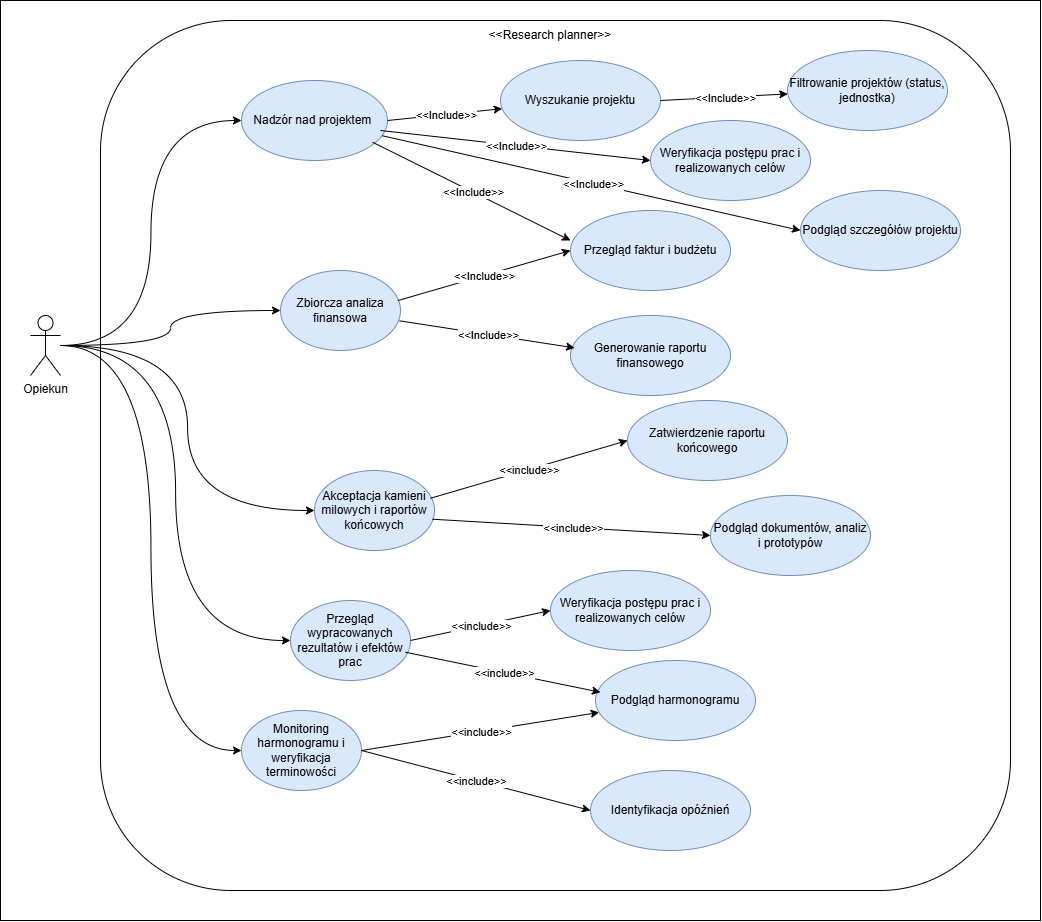
The draw.io diagram diagramy/aktor-opiekun.png in MBudzynski/res-planning, before a commit. Source tidied: cells renumbered, new cells last; positions are measured from the earlier drawing's top-left corner, leaving out a move shared by most shapes.
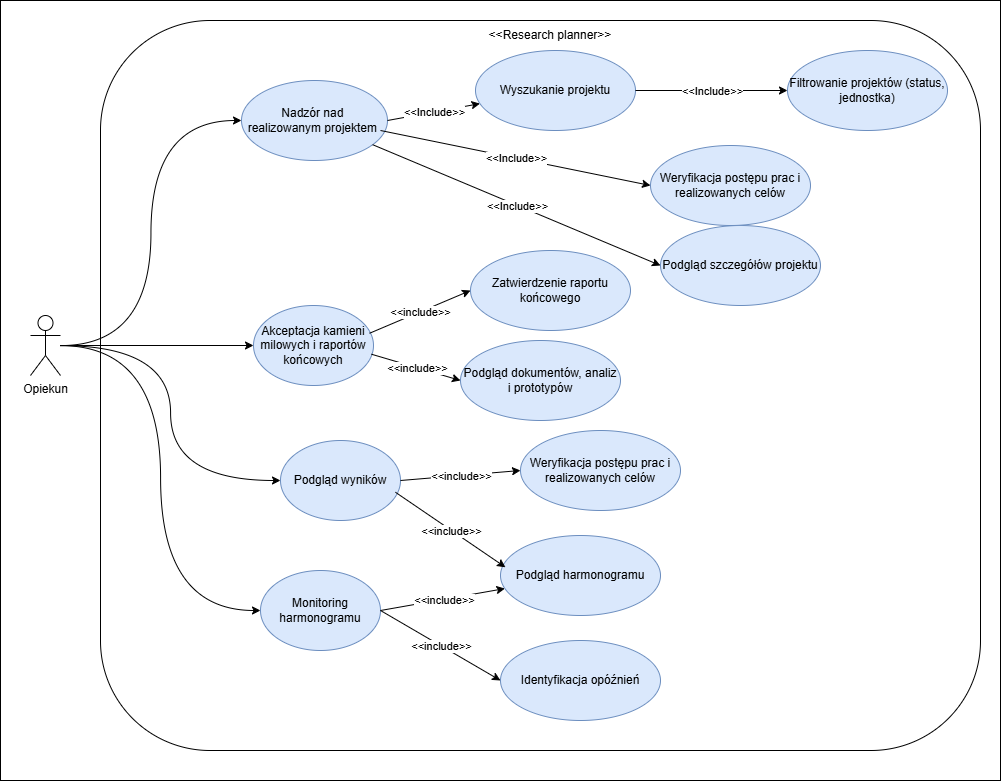
The same file after the commit.

The edit, as a diff of the source:
```diff
@@ -3,32 +3,23 @@
     <mxCell id="0" />
     <mxCell id="1" parent="0" />
     <mxCell id="2" style="rounded=0;whiteSpace=wrap;html=1;" parent="1" vertex="1">
-      <mxGeometry width="1040" height="920" as="geometry" />
+      <mxGeometry width="1000" height="780" as="geometry" />
     </mxCell>
     <mxCell id="3" style="rounded=1;whiteSpace=wrap;html=1;align=center;" parent="1" vertex="1">
-      <mxGeometry x="100" y="20" width="910" height="870" as="geometry" />
+      <mxGeometry x="100" y="20" width="880" height="730" as="geometry" />
     </mxCell>
     <mxCell id="4" value="&amp;lt;&amp;lt;Research planner&amp;gt;&amp;gt;" style="text;html=1;whiteSpace=wrap;strokeColor=none;fillColor=none;align=center;verticalAlign=middle;rounded=0;" parent="1" vertex="1">
       <mxGeometry x="480" y="20" width="140" height="30" as="geometry" />
     </mxCell>
-    <mxCell id="5" value="Generowanie raportu finansowego" style="ellipse;whiteSpace=wrap;html=1;fillColor=#dae8fc;strokeColor=#6c8ebf;" parent="1" vertex="1">
-      <mxGeometry x="570" y="315" width="160" height="80" as="geometry" />
-    </mxCell>
-    <mxCell id="6" value="Nadzór nad projektem&amp;nbsp;" style="ellipse;whiteSpace=wrap;html=1;fillColor=#dae8fc;strokeColor=#6c8ebf;" parent="1" vertex="1">
+    <mxCell id="6" value="Nadzór nad&amp;nbsp;&lt;div&gt;realizowanym projektem&amp;nbsp;&lt;/div&gt;" style="ellipse;whiteSpace=wrap;html=1;fillColor=#dae8fc;strokeColor=#6c8ebf;" parent="1" vertex="1">
       <mxGeometry x="241" y="80" width="146" height="80" as="geometry" />
     </mxCell>
-    <mxCell id="7" value="Zbiorcza analiza finansowa" style="ellipse;whiteSpace=wrap;html=1;fillColor=#dae8fc;strokeColor=#6c8ebf;" parent="1" vertex="1">
-      <mxGeometry x="280" y="270" width="120" height="80" as="geometry" />
-    </mxCell>
     <mxCell id="8" style="edgeStyle=orthogonalEdgeStyle;rounded=0;jettySize=auto;html=1;entryX=0;entryY=0.5;entryDx=0;entryDy=0;curved=1;" parent="1" edge="1" source="13" target="6">
       <mxGeometry relative="1" as="geometry" />
     </mxCell>
     <mxCell id="9" style="edgeStyle=orthogonalEdgeStyle;rounded=0;jettySize=auto;html=1;entryX=0;entryY=0.5;entryDx=0;entryDy=0;curved=1;" parent="1" edge="1" source="13" target="15">
       <mxGeometry relative="1" as="geometry" />
     </mxCell>
-    <mxCell id="10" style="edgeStyle=orthogonalEdgeStyle;rounded=0;jettySize=auto;html=1;entryX=0;entryY=0.5;entryDx=0;entryDy=0;curved=1;" parent="1" edge="1" source="13" target="7">
-      <mxGeometry relative="1" as="geometry" />
-    </mxCell>
     <mxCell id="11" style="edgeStyle=orthogonalEdgeStyle;rounded=0;jettySize=auto;html=1;entryX=0;entryY=0.5;entryDx=0;entryDy=0;curved=1;" parent="1" edge="1" source="13" target="16">
       <mxGeometry relative="1" as="geometry" />
     </mxCell>
@@ -39,19 +30,19 @@
       <mxGeometry x="30" y="315" width="30" height="60" as="geometry" />
     </mxCell>
     <mxCell id="14" value="Weryfikacja postępu prac i realizowanych celów" style="ellipse;whiteSpace=wrap;html=1;fillColor=#dae8fc;strokeColor=#6c8ebf;" parent="1" vertex="1">
-      <mxGeometry x="550" y="570" width="160" height="80" as="geometry" />
+      <mxGeometry x="520" y="430" width="160" height="80" as="geometry" />
     </mxCell>
     <mxCell id="15" value="Akceptacja kamieni milowych i raportów końcowych" style="ellipse;whiteSpace=wrap;html=1;fillColor=#dae8fc;strokeColor=#6c8ebf;" parent="1" vertex="1">
-      <mxGeometry x="314" y="470" width="120" height="80" as="geometry" />
+      <mxGeometry x="253" y="305" width="120" height="80" as="geometry" />
     </mxCell>
-    <mxCell id="16" value="Przegląd wypracowanych rezultatów i efektów prac" style="ellipse;whiteSpace=wrap;html=1;fillColor=#dae8fc;strokeColor=#6c8ebf;" parent="1" vertex="1">
-      <mxGeometry x="290" y="600" width="120" height="80" as="geometry" />
+    <mxCell id="16" value="Podgląd wyników" style="ellipse;whiteSpace=wrap;html=1;fillColor=#dae8fc;strokeColor=#6c8ebf;" parent="1" vertex="1">
+      <mxGeometry x="280" y="440" width="120" height="80" as="geometry" />
     </mxCell>
-    <mxCell id="17" value="Monitoring harmonogramu i weryfikacja terminowości" style="ellipse;whiteSpace=wrap;html=1;fillColor=#dae8fc;strokeColor=#6c8ebf;" parent="1" vertex="1">
-      <mxGeometry x="241" y="710" width="120" height="80" as="geometry" />
+    <mxCell id="17" value="Monitoring harmonogramu" style="ellipse;whiteSpace=wrap;html=1;fillColor=#dae8fc;strokeColor=#6c8ebf;" parent="1" vertex="1">
+      <mxGeometry x="260" y="570" width="120" height="80" as="geometry" />
     </mxCell>
     <mxCell id="18" value="Podgląd harmonogramu" style="ellipse;whiteSpace=wrap;html=1;fillColor=#dae8fc;strokeColor=#6c8ebf;" parent="1" vertex="1">
-      <mxGeometry x="595" y="660" width="160" height="80" as="geometry" />
+      <mxGeometry x="500" y="535" width="160" height="80" as="geometry" />
     </mxCell>
     <mxCell id="19" style="endArrow=classic;html=1;rounded=0;exitX=1;exitY=0.5;exitDx=0;exitDy=0;" parent="1" edge="1" source="17" target="18">
       <mxGeometry relative="1" as="geometry" />
@@ -62,17 +53,14 @@
     <mxCell id="21" value="Filtrowanie projektów (status, jednostka)" style="ellipse;whiteSpace=wrap;html=1;fillColor=#dae8fc;strokeColor=#6c8ebf;" parent="1" vertex="1">
       <mxGeometry x="787" y="50" width="160" height="80" as="geometry" />
     </mxCell>
-    <mxCell id="22" value="Przegląd faktur i budżetu" style="ellipse;whiteSpace=wrap;html=1;fillColor=#dae8fc;strokeColor=#6c8ebf;" parent="1" vertex="1">
-      <mxGeometry x="570" y="210" width="160" height="80" as="geometry" />
-    </mxCell>
     <mxCell id="23" value="Zatwierdzenie raportu końcowego" style="ellipse;whiteSpace=wrap;html=1;fillColor=#dae8fc;strokeColor=#6c8ebf;" parent="1" vertex="1">
-      <mxGeometry x="627" y="400" width="160" height="80" as="geometry" />
+      <mxGeometry x="470" y="250" width="160" height="80" as="geometry" />
     </mxCell>
     <mxCell id="24" value="Podgląd dokumentów, analiz i prototypów" style="ellipse;whiteSpace=wrap;html=1;fillColor=#dae8fc;strokeColor=#6c8ebf;" parent="1" vertex="1">
-      <mxGeometry x="710" y="495" width="160" height="80" as="geometry" />
+      <mxGeometry x="460" y="340" width="160" height="80" as="geometry" />
     </mxCell>
     <mxCell id="25" value="Wyszukanie projektu" style="ellipse;whiteSpace=wrap;html=1;fillColor=#dae8fc;strokeColor=#6c8ebf;" parent="1" vertex="1">
-      <mxGeometry x="500" y="60" width="160" height="80" as="geometry" />
+      <mxGeometry x="475" y="50" width="160" height="80" as="geometry" />
     </mxCell>
     <mxCell id="26" style="endArrow=classic;html=1;rounded=0;exitX=1;exitY=0.5;exitDx=0;exitDy=0;" parent="1" edge="1" source="6" target="25">
       <mxGeometry relative="1" as="geometry" />
@@ -86,20 +74,8 @@
     <mxCell id="29" value="&amp;lt;&amp;lt;Include&amp;gt;&amp;gt;" style="edgeLabel;html=1;align=center;verticalAlign=middle;" parent="28" vertex="1">
       <mxGeometry relative="1" as="geometry" />
     </mxCell>
-    <mxCell id="30" style="endArrow=classic;html=1;rounded=0;entryX=0;entryY=0.5;entryDx=0;entryDy=0;exitX=0.978;exitY=0.376;exitDx=0;exitDy=0;exitPerimeter=0;" parent="1" edge="1" source="7" target="22">
-      <mxGeometry relative="1" as="geometry" />
-    </mxCell>
-    <mxCell id="31" value="&amp;lt;&amp;lt;Include&amp;gt;&amp;gt;" style="edgeLabel;html=1;align=center;verticalAlign=middle;" parent="30" vertex="1">
-      <mxGeometry relative="1" as="geometry" />
-    </mxCell>
-    <mxCell id="32" style="endArrow=classic;html=1;rounded=0;exitX=0.992;exitY=0.629;exitDx=0;exitDy=0;exitPerimeter=0;entryX=0.026;entryY=0.405;entryDx=0;entryDy=0;entryPerimeter=0;" parent="1" edge="1" source="7" target="5">
-      <mxGeometry relative="1" as="geometry" />
-    </mxCell>
-    <mxCell id="33" value="&amp;lt;&amp;lt;Include&amp;gt;&amp;gt;" style="edgeLabel;html=1;align=center;verticalAlign=middle;" parent="32" vertex="1">
-      <mxGeometry relative="1" as="geometry" />
-    </mxCell>
     <mxCell id="34" value="Identyfikacja opóźnień" style="ellipse;whiteSpace=wrap;html=1;fillColor=#dae8fc;strokeColor=#6c8ebf;" parent="1" vertex="1">
-      <mxGeometry x="590" y="770" width="160" height="80" as="geometry" />
+      <mxGeometry x="500" y="640" width="160" height="80" as="geometry" />
     </mxCell>
     <mxCell id="35" style="endArrow=classic;html=1;rounded=0;exitX=1;exitY=0.5;exitDx=0;exitDy=0;entryX=0;entryY=0.5;entryDx=0;entryDy=0;" parent="1" edge="1" source="17" target="34">
       <mxGeometry relative="1" as="geometry" />
@@ -131,16 +107,8 @@
     <mxCell id="44" value="&amp;lt;&amp;lt;include&amp;gt;&amp;gt;" style="edgeLabel;html=1;align=center;verticalAlign=middle;" parent="43" vertex="1">
       <mxGeometry relative="1" as="geometry" />
     </mxCell>
-    <mxCell id="45" style="endArrow=classic;html=1;rounded=0;exitX=0.898;exitY=0.772;exitDx=0;exitDy=0;exitPerimeter=0;" parent="1" edge="1" source="6">
-      <mxGeometry relative="1" as="geometry">
-        <mxPoint x="570" y="240" as="targetPoint" />
-      </mxGeometry>
-    </mxCell>
-    <mxCell id="46" value="&amp;lt;&amp;lt;Include&amp;gt;&amp;gt;" style="edgeLabel;html=1;align=center;verticalAlign=middle;" parent="45" vertex="1">
-      <mxGeometry relative="1" as="geometry" />
-    </mxCell>
     <mxCell id="47" value="Podgląd szczegółów projektu" style="ellipse;whiteSpace=wrap;html=1;fillColor=#dae8fc;strokeColor=#6c8ebf;" parent="1" vertex="1">
-      <mxGeometry x="800" y="190" width="160" height="80" as="geometry" />
+      <mxGeometry x="660" y="225" width="160" height="80" as="geometry" />
     </mxCell>
     <mxCell id="48" style="endArrow=classic;html=1;rounded=0;entryX=0;entryY=0.5;entryDx=0;entryDy=0;" parent="1" edge="1" source="6" target="47">
       <mxGeometry relative="1" as="geometry" />
@@ -149,7 +117,7 @@
       <mxGeometry relative="1" as="geometry" />
     </mxCell>
     <mxCell id="50" value="Weryfikacja postępu prac i realizowanych celów" style="ellipse;whiteSpace=wrap;html=1;fillColor=#dae8fc;strokeColor=#6c8ebf;" parent="1" vertex="1">
-      <mxGeometry x="650" y="120" width="160" height="80" as="geometry" />
+      <mxGeometry x="650" y="145" width="160" height="80" as="geometry" />
     </mxCell>
     <mxCell id="51" style="endArrow=classic;html=1;rounded=0;entryX=0;entryY=0.5;entryDx=0;entryDy=0;exitX=0.952;exitY=0.625;exitDx=0;exitDy=0;exitPerimeter=0;" parent="1" edge="1" source="6" target="50">
       <mxGeometry relative="1" as="geometry" />
```
